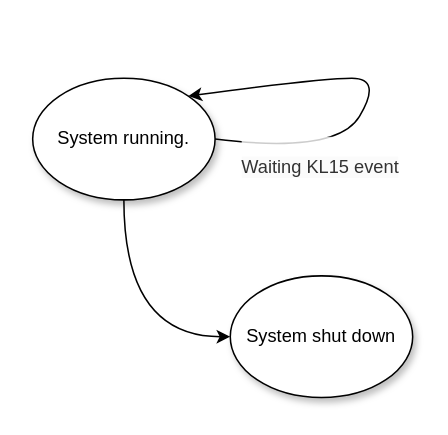
Above: Diagramma senza titolo.drawio in ska/Draw.io (draw.io), before the change. Source tidied: cells renumbered, new cells numbered last; positions are measured from the earlier drawing's top-left corner, leaving out a move shared by most shapes. Both pictures are drawn from the tidied source at 152%, with x=0, y=0 at pixel (32, 78).
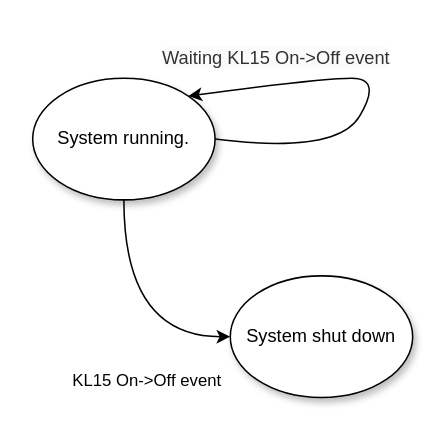
Above is the later version.

Change to the diagram source:
```diff
@@
 <mxGraphModel>
   <root>
     <mxCell id="0" />
     <mxCell id="1" parent="0" />
     <mxCell id="2" style="edgeStyle=orthogonalEdgeStyle;curved=1;sketch=0;jettySize=auto;html=1;exitX=0.5;exitY=1;exitDx=0;exitDy=0;entryX=0;entryY=0.5;entryDx=0;entryDy=0;" parent="1" edge="1" source="3" target="5">
       <mxGeometry relative="1" as="geometry" />
     </mxCell>
+    <mxCell id="6" value="&lt;br style=&quot;border-color: var(--border-color);&quot;&gt;KL15 On-&amp;gt;Off event" style="edgeLabel;html=1;align=center;verticalAlign=middle;" parent="2" vertex="1">
+      <mxGeometry x="-0.18" y="14" relative="1" as="geometry">
+        <mxPoint y="45" as="offset" />
+      </mxGeometry>
+    </mxCell>
     <mxCell id="3" value="System running." style="ellipse;whiteSpace=wrap;html=1;shadow=1;" parent="1" vertex="1">
       <mxGeometry width="120" height="80" as="geometry" />
     </mxCell>
-    <mxCell id="4" value="&#10;&lt;span style=&quot;color: rgb(0, 0, 0); font-family: Helvetica; font-size: 12px; font-style: normal; font-variant-ligatures: normal; font-variant-caps: normal; font-weight: 400; letter-spacing: normal; orphans: 2; text-align: center; text-indent: 0px; text-transform: none; widows: 2; word-spacing: 0px; -webkit-text-stroke-width: 0px; background-color: rgb(251, 251, 251); text-decoration-thickness: initial; text-decoration-style: initial; text-decoration-color: initial; float: none; display: inline !important;&quot;&gt;Waiting KL15 event&lt;/span&gt;&#10;&#10;" style="endArrow=classic;html=1;sketch=0;exitX=1;exitY=0.5;exitDx=0;exitDy=0;entryX=1;entryY=0;entryDx=0;entryDy=0;spacing=0;textOpacity=80;curved=1;" parent="1" edge="1" source="3" target="3">
-      <mxGeometry x="-0.4" y="-10" relative="1" as="geometry">
+    <mxCell id="4" value="&lt;br&gt;&lt;span style=&quot;color: rgb(0, 0, 0); font-family: Helvetica; font-size: 12px; font-style: normal; font-variant-ligatures: normal; font-variant-caps: normal; font-weight: 400; letter-spacing: normal; orphans: 2; text-align: center; text-indent: 0px; text-transform: none; widows: 2; word-spacing: 0px; -webkit-text-stroke-width: 0px; background-color: rgb(251, 251, 251); text-decoration-thickness: initial; text-decoration-style: initial; text-decoration-color: initial; float: none; display: inline !important;&quot;&gt;Waiting KL15 On-&amp;gt;Off event&lt;/span&gt;&lt;br&gt;" style="endArrow=classic;html=1;sketch=0;exitX=1;exitY=0.5;exitDx=0;exitDy=0;entryX=1;entryY=0;entryDx=0;entryDy=0;spacing=0;textOpacity=80;curved=1;" parent="1" edge="1" source="3" target="3">
+      <mxGeometry x="0.54" y="-24" relative="1" as="geometry">
         <Array as="points">
           <mxPoint x="200" y="50" />
           <mxPoint x="230" />
           <mxPoint x="190" />
         </Array>
-        <mxPoint x="-9" y="5" as="offset" />
       </mxGeometry>
     </mxCell>
     <mxCell id="5" value="System shut down" style="ellipse;whiteSpace=wrap;html=1;shadow=1;sketch=0;" parent="1" vertex="1">
       <mxGeometry x="130" y="130" width="120" height="80" as="geometry" />
     </mxCell>
   </root>
 </mxGraphModel>
```
